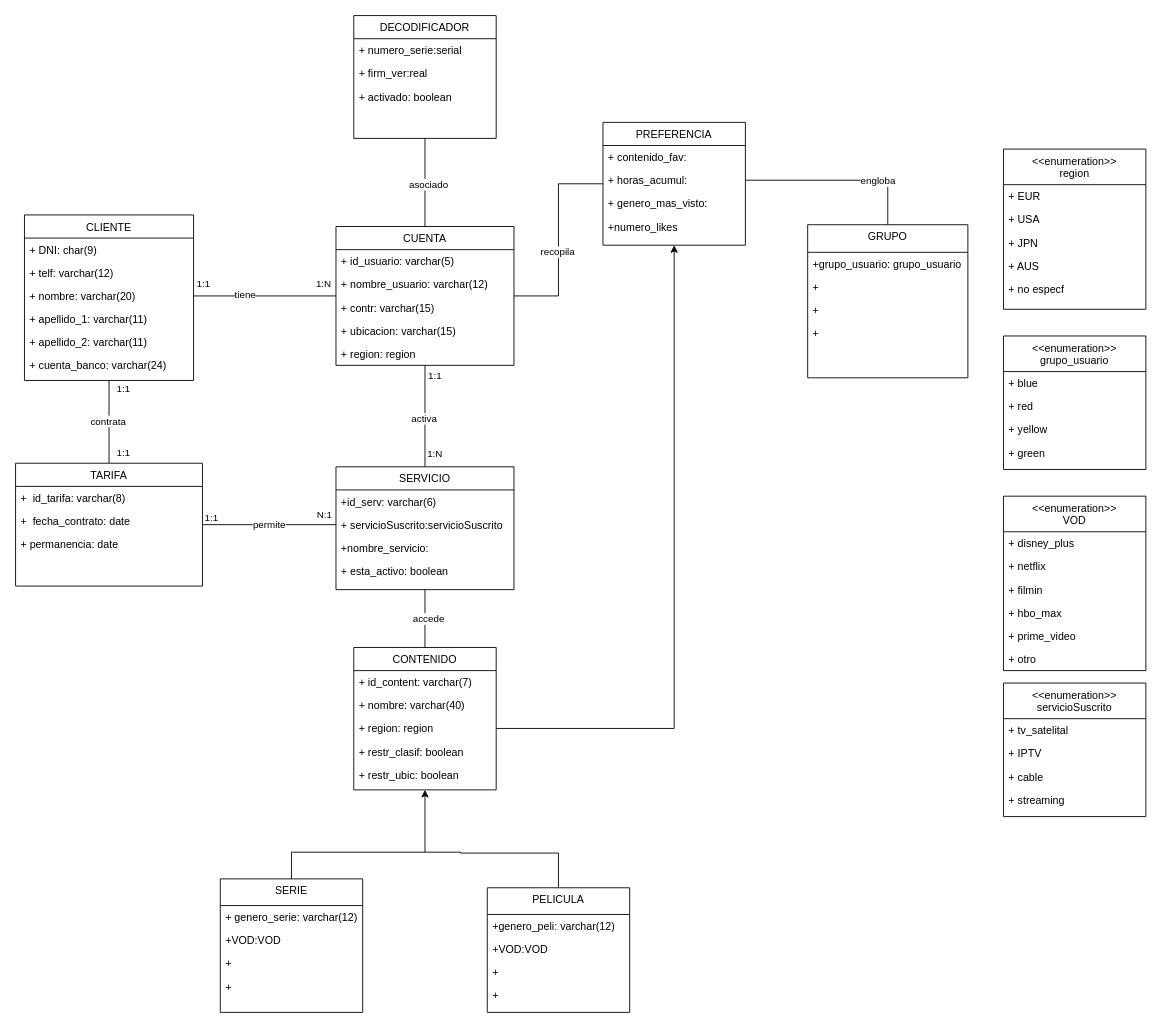
Earlier version of the draw.io diagram PROYECTO1.drawio (NyanCat6886/BasesDeDatosETSITGC). Source tidied: cells renumbered, new cells numbered last; positions are measured from the earlier drawing's top-left corner, leaving out a move shared by most shapes. Both pictures are drawn from the tidied source at 89%, with x=0, y=0 at pixel (15, 15).
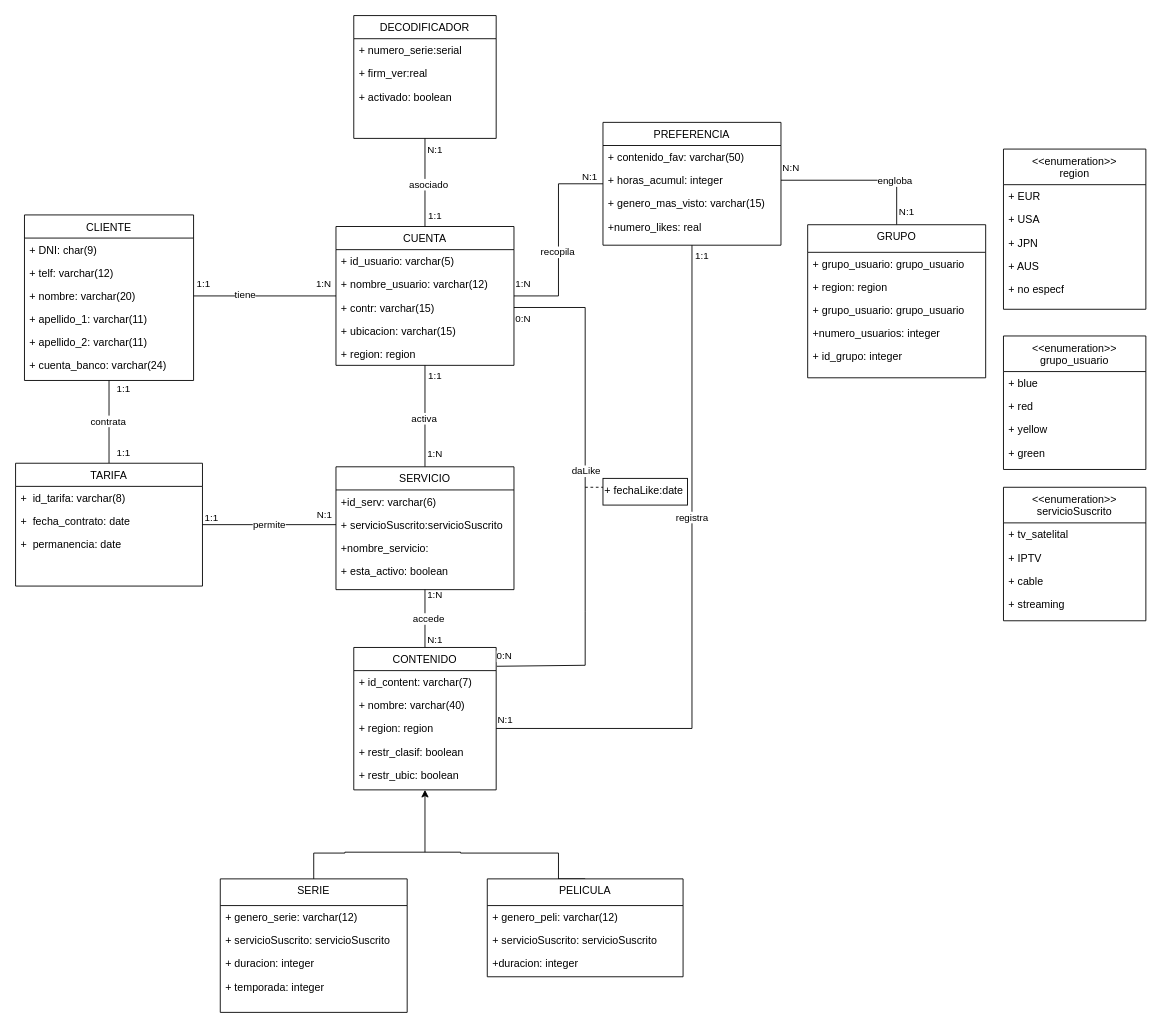
After the change.

Unchanged cells that the change refers to:
```xml
<mxCell id="23" style="edgeStyle=orthogonalEdgeStyle;rounded=0;jettySize=auto;html=1;exitX=1;exitY=0.5;exitDx=0;exitDy=0;endArrow=none;endFill=0;" parent="1" edge="1" source="25" target="14">
  <mxGeometry relative="1" as="geometry" />
</mxCell>
<mxCell id="28" value="+ contr: varchar(15)" style="text;align=left;verticalAlign=top;spacingLeft=4;spacingRight=4;overflow=hidden;points=[[0,0.5],[1,0.5]];portConstraint=eastwest;" parent="25" vertex="1">
  <mxGeometry y="78" width="200" height="26" as="geometry" />
</mxCell>
<mxCell id="31" style="edgeStyle=orthogonalEdgeStyle;rounded=0;jettySize=auto;html=1;exitX=0.5;exitY=0;exitDx=0;exitDy=0;entryX=0.5;entryY=1;entryDx=0;entryDy=0;endArrow=none;endFill=0;" parent="1" edge="1" source="33" target="45">
  <mxGeometry relative="1" as="geometry" />
</mxCell>
<mxCell id="33" value="CONTENIDO " style="swimlane;fontStyle=0;align=center;verticalAlign=top;horizontal=1;startSize=26;rounded=0;shadow=0;strokeWidth=1;" parent="1" vertex="1">
  <mxGeometry x="380" y="710" width="160" height="160" as="geometry" />
</mxCell>
<mxCell id="36" value="+ region: region" style="text;align=left;verticalAlign=top;spacingLeft=4;spacingRight=4;overflow=hidden;points=[[0,0.5],[1,0.5]];portConstraint=eastwest;rounded=0;shadow=0;html=0;" parent="33" vertex="1">
  <mxGeometry y="78" width="160" height="26" as="geometry" />
</mxCell>
<mxCell id="39" style="edgeStyle=orthogonalEdgeStyle;rounded=0;jettySize=auto;html=1;exitX=0.5;exitY=1;exitDx=0;exitDy=0;entryX=0.5;entryY=0;entryDx=0;entryDy=0;endArrow=none;endFill=0;" parent="1" edge="1" source="41" target="25">
  <mxGeometry relative="1" as="geometry" />
</mxCell>
<mxCell id="54" value="TARIFA" style="swimlane;fontStyle=0;align=center;verticalAlign=top;horizontal=1;startSize=26;rounded=0;shadow=0;strokeWidth=1;" parent="1" vertex="1">
  <mxGeometry y="503" width="210" height="138" as="geometry" />
</mxCell>
<mxCell id="68" style="edgeStyle=orthogonalEdgeStyle;rounded=0;jettySize=auto;html=1;exitX=0.5;exitY=0;exitDx=0;exitDy=0;entryX=1;entryY=0.5;entryDx=0;entryDy=0;endArrow=none;endFill=0;" parent="1" edge="1" source="70" target="16">
  <mxGeometry relative="1" as="geometry" />
</mxCell>
```

The edit, as a diff of the source:
```diff
@@
     <mxCell id="14" value="PREFERENCIA" style="swimlane;fontStyle=0;align=center;verticalAlign=top;horizontal=1;startSize=26;rounded=0;shadow=0;strokeWidth=1;" parent="1" vertex="1">
-      <mxGeometry x="660" y="120" width="160" height="138" as="geometry" />
+      <mxGeometry x="660" y="120" width="200" height="138" as="geometry" />
     </mxCell>
-    <mxCell id="15" value="+ contenido_fav:" style="text;align=left;verticalAlign=top;spacingLeft=4;spacingRight=4;overflow=hidden;" parent="14" vertex="1">
-      <mxGeometry y="26" width="160" height="26" as="geometry" />
+    <mxCell id="15" value="+ contenido_fav: varchar(50)" style="text;align=left;verticalAlign=top;spacingLeft=4;spacingRight=4;overflow=hidden;" parent="14" vertex="1">
+      <mxGeometry y="26" width="200" height="26" as="geometry" />
     </mxCell>
-    <mxCell id="16" value="+ horas_acumul: " style="text;align=left;verticalAlign=top;spacingLeft=4;spacingRight=4;overflow=hidden;points=[[0,0.5],[1,0.5]];portConstraint=eastwest;rounded=0;shadow=0;html=0;" parent="14" vertex="1">
-      <mxGeometry y="52" width="160" height="26" as="geometry" />
+    <mxCell id="16" value="+ horas_acumul: integer" style="text;align=left;verticalAlign=top;spacingLeft=4;spacingRight=4;overflow=hidden;points=[[0,0.5],[1,0.5]];portConstraint=eastwest;rounded=0;shadow=0;html=0;" parent="14" vertex="1">
+      <mxGeometry y="52" width="200" height="26" as="geometry" />
     </mxCell>
-    <mxCell id="17" value="+ genero_mas_visto:" style="text;align=left;verticalAlign=top;spacingLeft=4;spacingRight=4;overflow=hidden;" parent="14" vertex="1">
-      <mxGeometry y="78" width="160" height="26" as="geometry" />
+    <mxCell id="17" value="+ genero_mas_visto: varchar(15)" style="text;align=left;verticalAlign=top;spacingLeft=4;spacingRight=4;overflow=hidden;" parent="14" vertex="1">
+      <mxGeometry y="78" width="200" height="26" as="geometry" />
     </mxCell>
-    <mxCell id="18" value="+numero_likes" style="text;align=left;verticalAlign=top;spacingLeft=4;spacingRight=4;overflow=hidden;" parent="14" vertex="1">
-      <mxGeometry y="104" width="160" height="26" as="geometry" />
+    <mxCell id="18" value="+numero_likes: real" style="text;align=left;verticalAlign=top;spacingLeft=4;spacingRight=4;overflow=hidden;" parent="14" vertex="1">
+      <mxGeometry y="104" width="200" height="26" as="geometry" />
     </mxCell>
@@
+    <mxCell id="105" value="1:N" style="edgeLabel;html=1;align=center;verticalAlign=middle;" parent="23" vertex="1">
+      <mxGeometry x="-0.84" y="1" relative="1" as="geometry">
+        <mxPoint x="-9" y="-14" as="offset" />
+      </mxGeometry>
+    </mxCell>
+    <mxCell id="106" value="N:1" style="edgeLabel;html=1;align=center;verticalAlign=middle;" parent="23" vertex="1">
+      <mxGeometry x="0.86" y="-2" relative="1" as="geometry">
+        <mxPoint y="-11" as="offset" />
+      </mxGeometry>
+    </mxCell>
@@
+    <mxCell id="107" value="1:N" style="edgeLabel;html=1;align=center;verticalAlign=middle;" parent="31" vertex="1">
+      <mxGeometry x="0.59" y="1" relative="1" as="geometry">
+        <mxPoint x="11" y="-8" as="offset" />
+      </mxGeometry>
+    </mxCell>
+    <mxCell id="108" value="N:1" style="edgeLabel;html=1;align=center;verticalAlign=middle;" parent="31" vertex="1">
+      <mxGeometry x="-0.51" relative="1" as="geometry">
+        <mxPoint x="10" y="6" as="offset" />
+      </mxGeometry>
+    </mxCell>
@@
+    <mxCell id="109" value="1:1" style="edgeLabel;html=1;align=center;verticalAlign=middle;" parent="39" vertex="1">
+      <mxGeometry x="0.73" y="-2" relative="1" as="geometry">
+        <mxPoint x="12" as="offset" />
+      </mxGeometry>
+    </mxCell>
+    <mxCell id="110" value="N:1" style="edgeLabel;html=1;align=center;verticalAlign=middle;" parent="39" vertex="1">
+      <mxGeometry x="-0.68" y="2" relative="1" as="geometry">
+        <mxPoint x="8" y="-4" as="offset" />
+      </mxGeometry>
+    </mxCell>
@@
-    <mxCell id="57" value="+ permanencia: date" style="text;align=left;verticalAlign=top;spacingLeft=4;spacingRight=4;overflow=hidden;rounded=0;shadow=0;html=0;" parent="54" vertex="1">
+    <mxCell id="57" value="+  permanencia: date" style="text;align=left;verticalAlign=top;spacingLeft=4;spacingRight=4;overflow=hidden;rounded=0;shadow=0;html=0;" parent="54" vertex="1">
       <mxGeometry y="78" width="210" height="26" as="geometry" />
     </mxCell>
@@
+    <mxCell id="111" value="N:N" style="edgeLabel;html=1;align=center;verticalAlign=middle;" parent="68" vertex="1">
+      <mxGeometry x="0.67" y="-3" relative="1" as="geometry">
+        <mxPoint x="-20" y="-12" as="offset" />
+      </mxGeometry>
+    </mxCell>
+    <mxCell id="112" value="N:1" style="edgeLabel;html=1;align=center;verticalAlign=middle;" parent="68" vertex="1">
+      <mxGeometry x="-0.83" y="-2" relative="1" as="geometry">
+        <mxPoint x="8" as="offset" />
+      </mxGeometry>
+    </mxCell>
     <mxCell id="70" value="GRUPO" style="swimlane;fontStyle=0;align=center;verticalAlign=top;horizontal=1;startSize=31;rounded=0;shadow=0;strokeWidth=1;" parent="1" vertex="1">
-      <mxGeometry x="890" y="235" width="180" height="172" as="geometry" />
+      <mxGeometry x="890" y="235" width="200" height="172" as="geometry" />
     </mxCell>
-    <mxCell id="71" value="+grupo_usuario: grupo_usuario" style="text;align=left;verticalAlign=top;spacingLeft=4;spacingRight=4;overflow=hidden;rounded=0;shadow=0;html=0;" parent="70" vertex="1">
-      <mxGeometry y="31" width="180" height="26" as="geometry" />
+    <mxCell id="71" value="+ grupo_usuario: grupo_usuario" style="text;align=left;verticalAlign=top;spacingLeft=4;spacingRight=4;overflow=hidden;rounded=0;shadow=0;html=0;" parent="70" vertex="1">
+      <mxGeometry y="31" width="200" height="26" as="geometry" />
     </mxCell>
-    <mxCell id="72" value="+ " style="text;align=left;verticalAlign=top;spacingLeft=4;spacingRight=4;overflow=hidden;rounded=0;shadow=0;html=0;" parent="70" vertex="1">
-      <mxGeometry y="57" width="180" height="26" as="geometry" />
+    <mxCell id="72" value="+ region: region" style="text;align=left;verticalAlign=top;spacingLeft=4;spacingRight=4;overflow=hidden;rounded=0;shadow=0;html=0;" parent="70" vertex="1">
+      <mxGeometry y="57" width="200" height="26" as="geometry" />
     </mxCell>
-    <mxCell id="73" value="+ " style="text;align=left;verticalAlign=top;spacingLeft=4;spacingRight=4;overflow=hidden;rounded=0;shadow=0;html=0;" parent="70" vertex="1">
-      <mxGeometry y="83" width="180" height="26" as="geometry" />
+    <mxCell id="73" value="+ grupo_usuario: grupo_usuario" style="text;align=left;verticalAlign=top;spacingLeft=4;spacingRight=4;overflow=hidden;rounded=0;shadow=0;html=0;" parent="70" vertex="1">
+      <mxGeometry y="83" width="200" height="26" as="geometry" />
     </mxCell>
+    <mxCell id="113" value="+numero_usuarios: integer" style="text;align=left;verticalAlign=top;spacingLeft=4;spacingRight=4;overflow=hidden;rounded=0;shadow=0;html=0;" parent="70" vertex="1">
+      <mxGeometry y="109" width="200" height="26" as="geometry" />
+    </mxCell>
-    <mxCell id="74" value="+ " style="text;align=left;verticalAlign=top;spacingLeft=4;spacingRight=4;overflow=hidden;rounded=0;shadow=0;html=0;" parent="70" vertex="1">
-      <mxGeometry y="109" width="180" height="26" as="geometry" />
+    <mxCell id="74" value="+ id_grupo: integer" style="text;align=left;verticalAlign=top;spacingLeft=4;spacingRight=4;overflow=hidden;rounded=0;shadow=0;html=0;" parent="70" vertex="1">
+      <mxGeometry y="135" width="200" height="26" as="geometry" />
     </mxCell>
@@
-    <mxCell id="80" value="&lt;&lt;enumeration&gt;&gt;&#10;VOD&#10;" style="swimlane;fontStyle=0;align=center;verticalAlign=top;horizontal=1;startSize=40;rounded=0;shadow=0;strokeWidth=1;" parent="1" vertex="1">
-      <mxGeometry x="1110" y="540" width="160" height="196" as="geometry" />
-    </mxCell>
-    <mxCell id="81" value="+ disney_plus" style="text;align=left;verticalAlign=top;spacingLeft=4;spacingRight=4;overflow=hidden;rounded=0;shadow=0;html=0;" parent="80" vertex="1">
-      <mxGeometry y="40" width="160" height="26" as="geometry" />
-    </mxCell>
-    <mxCell id="82" value="+ netflix" style="text;align=left;verticalAlign=top;spacingLeft=4;spacingRight=4;overflow=hidden;rounded=0;shadow=0;html=0;" parent="80" vertex="1">
-      <mxGeometry y="66" width="160" height="26" as="geometry" />
-    </mxCell>
-    <mxCell id="83" value="+ filmin" style="text;align=left;verticalAlign=top;spacingLeft=4;spacingRight=4;overflow=hidden;rounded=0;shadow=0;html=0;" parent="80" vertex="1">
-      <mxGeometry y="92" width="160" height="26" as="geometry" />
-    </mxCell>
-    <mxCell id="84" value="+ hbo_max" style="text;align=left;verticalAlign=top;spacingLeft=4;spacingRight=4;overflow=hidden;rounded=0;shadow=0;html=0;" parent="80" vertex="1">
-      <mxGeometry y="118" width="160" height="26" as="geometry" />
-    </mxCell>
-    <mxCell id="85" value="+ prime_video" style="text;align=left;verticalAlign=top;spacingLeft=4;spacingRight=4;overflow=hidden;rounded=0;shadow=0;html=0;" parent="80" vertex="1">
-      <mxGeometry y="144" width="160" height="26" as="geometry" />
-    </mxCell>
-    <mxCell id="86" value="+ otro" style="text;align=left;verticalAlign=top;spacingLeft=4;spacingRight=4;overflow=hidden;rounded=0;shadow=0;html=0;" parent="80" vertex="1">
-      <mxGeometry y="170" width="160" height="26" as="geometry" />
-    </mxCell>
     <mxCell id="87" value="&lt;&lt;enumeration&gt;&gt;&#10;servicioSuscrito&#10;" style="swimlane;fontStyle=0;align=center;verticalAlign=top;horizontal=1;startSize=40;rounded=0;shadow=0;strokeWidth=1;" parent="1" vertex="1">
-      <mxGeometry x="1110" y="750" width="160" height="150" as="geometry" />
+      <mxGeometry x="1110" y="530" width="160" height="150" as="geometry" />
     </mxCell>
@@
     <mxCell id="92" style="edgeStyle=orthogonalEdgeStyle;rounded=0;jettySize=auto;html=1;exitX=0.5;exitY=0;exitDx=0;exitDy=0;endArrow=none;endFill=0;entryX=0.5;entryY=0;entryDx=0;entryDy=0;" parent="1" edge="1" source="93" target="98">
       <mxGeometry relative="1" as="geometry">
         <Array as="points">
-          <mxPoint x="310" y="940" />
+          <mxPoint x="335" y="941" />
+          <mxPoint x="370" y="941" />
+          <mxPoint x="370" y="940" />
           <mxPoint x="500" y="940" />
           <mxPoint x="500" y="941" />
           <mxPoint x="610" y="941" />
-          <mxPoint x="610" y="960" />
         </Array>
       </mxGeometry>
     </mxCell>
     <mxCell id="93" value="SERIE" style="swimlane;fontStyle=0;align=center;verticalAlign=top;horizontal=1;startSize=30;rounded=0;shadow=0;strokeWidth=1;" parent="1" vertex="1">
-      <mxGeometry x="230" y="970" width="160" height="150" as="geometry" />
+      <mxGeometry x="230" y="970" width="210" height="150" as="geometry" />
     </mxCell>
     <mxCell id="94" value="+ genero_serie: varchar(12)" style="text;align=left;verticalAlign=top;spacingLeft=4;spacingRight=4;overflow=hidden;rounded=0;shadow=0;html=0;" parent="93" vertex="1">
-      <mxGeometry y="30" width="160" height="26" as="geometry" />
+      <mxGeometry y="30" width="210" height="26" as="geometry" />
     </mxCell>
-    <mxCell id="95" value="+VOD:VOD" style="text;align=left;verticalAlign=top;spacingLeft=4;spacingRight=4;overflow=hidden;rounded=0;shadow=0;html=0;" parent="93" vertex="1">
-      <mxGeometry y="56" width="160" height="26" as="geometry" />
+    <mxCell id="95" value="+ servicioSuscrito: servicioSuscrito" style="text;align=left;verticalAlign=top;spacingLeft=4;spacingRight=4;overflow=hidden;rounded=0;shadow=0;html=0;" parent="93" vertex="1">
+      <mxGeometry y="56" width="210" height="26" as="geometry" />
     </mxCell>
-    <mxCell id="96" value="+ " style="text;align=left;verticalAlign=top;spacingLeft=4;spacingRight=4;overflow=hidden;rounded=0;shadow=0;html=0;" parent="93" vertex="1">
-      <mxGeometry y="82" width="160" height="26" as="geometry" />
+    <mxCell id="96" value="+ duracion: integer" style="text;align=left;verticalAlign=top;spacingLeft=4;spacingRight=4;overflow=hidden;rounded=0;shadow=0;html=0;" parent="93" vertex="1">
+      <mxGeometry y="82" width="210" height="26" as="geometry" />
     </mxCell>
-    <mxCell id="97" value="+ " style="text;align=left;verticalAlign=top;spacingLeft=4;spacingRight=4;overflow=hidden;rounded=0;shadow=0;html=0;" parent="93" vertex="1">
-      <mxGeometry y="108" width="160" height="26" as="geometry" />
+    <mxCell id="97" value="+ temporada: integer" style="text;align=left;verticalAlign=top;spacingLeft=4;spacingRight=4;overflow=hidden;rounded=0;shadow=0;html=0;" parent="93" vertex="1">
+      <mxGeometry y="108" width="210" height="26" as="geometry" />
     </mxCell>
     <mxCell id="98" value="PELICULA" style="swimlane;fontStyle=0;align=center;verticalAlign=top;horizontal=1;startSize=30;rounded=0;shadow=0;strokeWidth=1;" parent="1" vertex="1">
-      <mxGeometry x="530" y="980" width="160" height="140" as="geometry" />
+      <mxGeometry x="530" y="970" width="220" height="110" as="geometry" />
     </mxCell>
-    <mxCell id="99" value="+genero_peli: varchar(12)" style="text;align=left;verticalAlign=top;spacingLeft=4;spacingRight=4;overflow=hidden;rounded=0;shadow=0;html=0;" parent="98" vertex="1">
-      <mxGeometry y="30" width="160" height="26" as="geometry" />
+    <mxCell id="99" value="+ genero_peli: varchar(12)" style="text;align=left;verticalAlign=top;spacingLeft=4;spacingRight=4;overflow=hidden;rounded=0;shadow=0;html=0;" parent="98" vertex="1">
+      <mxGeometry y="30" width="220" height="26" as="geometry" />
     </mxCell>
-    <mxCell id="100" value="+VOD:VOD" style="text;align=left;verticalAlign=top;spacingLeft=4;spacingRight=4;overflow=hidden;rounded=0;shadow=0;html=0;" parent="98" vertex="1">
-      <mxGeometry y="56" width="160" height="26" as="geometry" />
+    <mxCell id="100" value="+ servicioSuscrito: servicioSuscrito" style="text;align=left;verticalAlign=top;spacingLeft=4;spacingRight=4;overflow=hidden;rounded=0;shadow=0;html=0;" parent="98" vertex="1">
+      <mxGeometry y="56" width="220" height="26" as="geometry" />
     </mxCell>
-    <mxCell id="101" value="+ " style="text;align=left;verticalAlign=top;spacingLeft=4;spacingRight=4;overflow=hidden;rounded=0;shadow=0;html=0;" parent="98" vertex="1">
-      <mxGeometry y="82" width="160" height="26" as="geometry" />
+    <mxCell id="101" value="+duracion: integer" style="text;align=left;verticalAlign=top;spacingLeft=4;spacingRight=4;overflow=hidden;rounded=0;shadow=0;html=0;" parent="98" vertex="1">
+      <mxGeometry y="82" width="220" height="26" as="geometry" />
     </mxCell>
-    <mxCell id="102" value="+ " style="text;align=left;verticalAlign=top;spacingLeft=4;spacingRight=4;overflow=hidden;rounded=0;shadow=0;html=0;" parent="98" vertex="1">
-      <mxGeometry y="108" width="160" height="26" as="geometry" />
-    </mxCell>
@@
-    <mxCell id="104" style="edgeStyle=orthogonalEdgeStyle;rounded=0;jettySize=auto;html=1;exitX=1;exitY=0.5;exitDx=0;exitDy=0;entryX=0.5;entryY=1;entryDx=0;entryDy=0;" parent="1" edge="1" source="36" target="14">
+    <mxCell id="104" style="edgeStyle=orthogonalEdgeStyle;rounded=0;jettySize=auto;html=1;exitX=1;exitY=0.5;exitDx=0;exitDy=0;entryX=0.5;entryY=1;entryDx=0;entryDy=0;endArrow=none;endFill=0;" parent="1" edge="1" source="36" target="14">
       <mxGeometry relative="1" as="geometry" />
     </mxCell>
+    <mxCell id="114" value="registra" style="edgeLabel;html=1;align=center;verticalAlign=middle;" parent="104" vertex="1">
+      <mxGeometry x="0.2" y="1" relative="1" as="geometry" />
+    </mxCell>
+    <mxCell id="115" value="N:1" style="edgeLabel;html=1;align=center;verticalAlign=middle;" parent="104" vertex="1">
+      <mxGeometry x="-0.93" y="2" relative="1" as="geometry">
+        <mxPoint x="-18" y="-9" as="offset" />
+      </mxGeometry>
+    </mxCell>
+    <mxCell id="116" value="1:1" style="edgeLabel;html=1;align=center;verticalAlign=middle;" parent="104" vertex="1">
+      <mxGeometry x="0.96" relative="1" as="geometry">
+        <mxPoint x="10" y="-4" as="offset" />
+      </mxGeometry>
+    </mxCell>
+    <mxCell id="117" style="edgeStyle=none;rounded=0;jettySize=auto;html=1;exitX=1;exitY=0.5;exitDx=0;exitDy=0;entryX=1.005;entryY=0.132;entryDx=0;entryDy=0;entryPerimeter=0;endArrow=none;endFill=0;" parent="1" edge="1" source="28" target="33">
+      <mxGeometry relative="1" as="geometry">
+        <Array as="points">
+          <mxPoint x="640" y="328" />
+          <mxPoint x="640" y="560" />
+          <mxPoint x="640" y="670" />
+          <mxPoint x="640" y="730" />
+        </Array>
+      </mxGeometry>
+    </mxCell>
+    <mxCell id="118" value="daLike" style="edgeLabel;html=1;align=center;verticalAlign=middle;" parent="117" vertex="1">
+      <mxGeometry x="-0.1" y="-3" relative="1" as="geometry">
+        <mxPoint x="3" y="1" as="offset" />
+      </mxGeometry>
+    </mxCell>
+    <mxCell id="119" value="0:N" style="edgeLabel;html=1;align=center;verticalAlign=middle;" parent="117" vertex="1">
+      <mxGeometry x="-0.91" y="-1" relative="1" as="geometry">
+        <mxPoint x="-17" y="11" as="offset" />
+      </mxGeometry>
+    </mxCell>
+    <mxCell id="120" value="0:N" style="edgeLabel;html=1;align=center;verticalAlign=middle;" parent="117" vertex="1">
+      <mxGeometry x="0.94" y="2" relative="1" as="geometry">
+        <mxPoint x="-10" y="-13" as="offset" />
+      </mxGeometry>
+    </mxCell>
+    <mxCell id="121" style="endArrow=none;html=1;rounded=0;dashed=1;" parent="1" edge="1">
+      <mxGeometry relative="1" as="geometry">
+        <mxPoint x="640" y="530" as="sourcePoint" />
+        <mxPoint x="660" y="530" as="targetPoint" />
+      </mxGeometry>
+    </mxCell>
+    <mxCell id="122" value="+ fechaLike:date&#10;" style="rounded=0;fillColor=none;align=left;verticalAlign=top;" parent="1" vertex="1">
+      <mxGeometry x="660" y="520" width="95" height="30" as="geometry" />
+    </mxCell>
```
